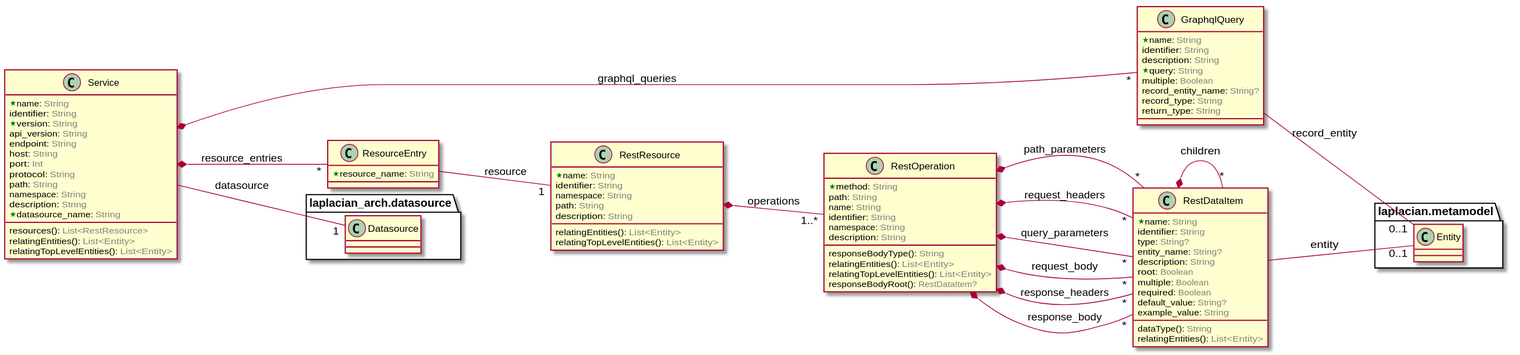
This is doc/image/model-diagram.svg from laplacian-arch/api-service.domain-model, a PlantUML export, as it was before one commit.
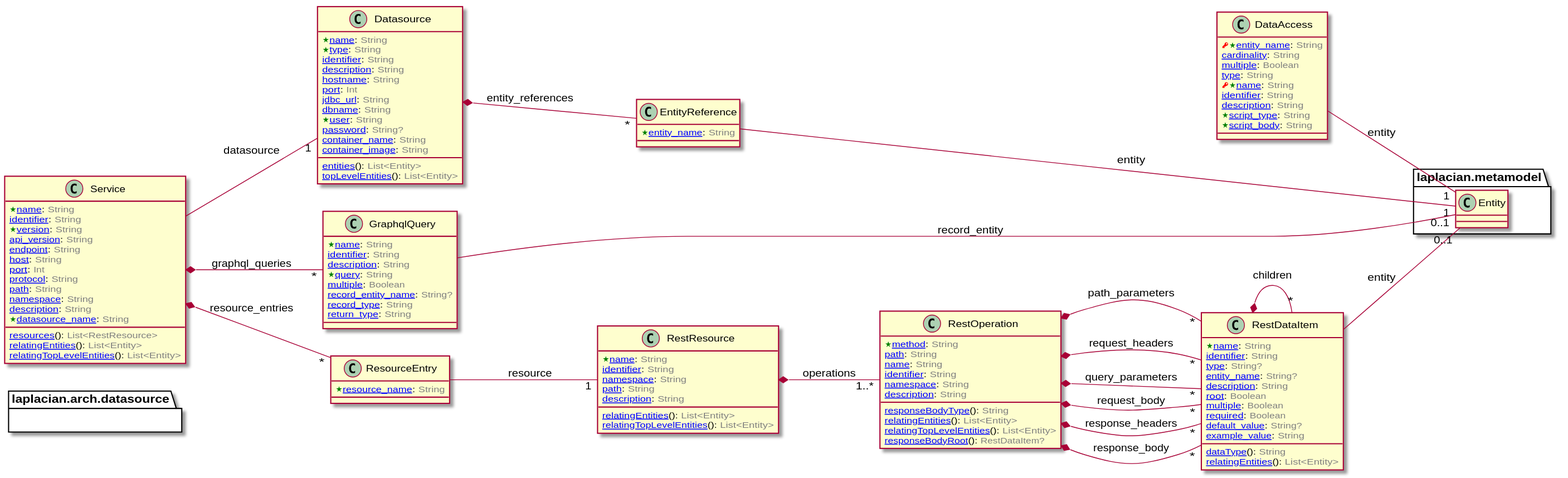
The same diagram one commit later.

Change to the diagram source:
```diff
@@ -1,19 +1,119 @@
 @startuml
 left to right direction
 
-class RestDataItem {
-  <color:Green><&star></color>name: <color:GRAY>String</color>
-  identifier: <color:GRAY>String</color>
-  type: <color:GRAY>String?</color>
-  dataType(): <color:GRAY>String</color>
-  entity_name: <color:GRAY>String?</color>
-  description: <color:GRAY>String</color>
-  root: <color:GRAY>Boolean</color>
-  multiple: <color:GRAY>Boolean</color>
-  required: <color:GRAY>Boolean</color>
-  default_value: <color:GRAY>String?</color>
-  example_value: <color:GRAY>String</color>
-  relatingEntities(): <color:GRAY>List<Entity></color>
+
+class DataAccess [[/blob/master/doc/entities/DataAccess.md]] {
+  <color:RED><&key></color><color:Green><&star></color>[[/blob/master/doc/entities/DataAccess.md#entity_name-string entity_name]]: <color:GRAY>String</color>
+  [[/blob/master/doc/entities/DataAccess.md#cardinality-string cardinality]]: <color:GRAY>String</color>
+  [[/blob/master/doc/entities/DataAccess.md#multiple-boolean multiple]]: <color:GRAY>Boolean</color>
+  [[/blob/master/doc/entities/DataAccess.md#type-string type]]: <color:GRAY>String</color>
+  <color:RED><&key></color><color:Green><&star></color>[[/blob/master/doc/entities/DataAccess.md#name-string name]]: <color:GRAY>String</color>
+  [[/blob/master/doc/entities/DataAccess.md#identifier-string identifier]]: <color:GRAY>String</color>
+  [[/blob/master/doc/entities/DataAccess.md#description-string description]]: <color:GRAY>String</color>
+  <color:Green><&star></color>[[/blob/master/doc/entities/DataAccess.md#script_type-string script_type]]: <color:GRAY>String</color>
+  <color:Green><&star></color>[[/blob/master/doc/entities/DataAccess.md#script_body-string script_body]]: <color:GRAY>String</color>
+}
+
+
+
+
+
+package laplacian.metamodel {
+  class Entity {
+  }
+}
+
+
+DataAccess -- "1" Entity : entity
+
+
+
+
+class Datasource [[/blob/master/doc/entities/Datasource.md]] {
+  <color:Green><&star></color>[[/blob/master/doc/entities/Datasource.md#name-string name]]: <color:GRAY>String</color>
+  <color:Green><&star></color>[[/blob/master/doc/entities/Datasource.md#type-string type]]: <color:GRAY>String</color>
+  [[/blob/master/doc/entities/Datasource.md#identifier-string identifier]]: <color:GRAY>String</color>
+  [[/blob/master/doc/entities/Datasource.md#description-string description]]: <color:GRAY>String</color>
+  [[/blob/master/doc/entities/Datasource.md#hostname-string hostname]]: <color:GRAY>String</color>
+  [[/blob/master/doc/entities/Datasource.md#port-int port]]: <color:GRAY>Int</color>
+  [[/blob/master/doc/entities/Datasource.md#jdbc_url-string jdbc_url]]: <color:GRAY>String</color>
+  [[/blob/master/doc/entities/Datasource.md#dbname-string dbname]]: <color:GRAY>String</color>
+  <color:Green><&star></color>[[/blob/master/doc/entities/Datasource.md#user-string user]]: <color:GRAY>String</color>
+  [[/blob/master/doc/entities/Datasource.md#password-string password]]: <color:GRAY>String?</color>
+  [[/blob/master/doc/entities/Datasource.md#container_name-string container_name]]: <color:GRAY>String</color>
+  [[/blob/master/doc/entities/Datasource.md#container_image-string container_image]]: <color:GRAY>String</color>
+  [[/blob/master/doc/entities/Datasource.md#entities-listEntity entities]](): <color:GRAY>List<Entity></color>
+  [[/blob/master/doc/entities/Datasource.md#top_level_entities-listEntity topLevelEntities]](): <color:GRAY>List<Entity></color>
+}
+
+
+
+
+
+
+Datasource *-- "*" EntityReference : entity_references
+
+
+
+
+class EntityReference [[/blob/master/doc/entities/EntityReference.md]] {
+  <color:Green><&star></color>[[/blob/master/doc/entities/EntityReference.md#entity_name-string entity_name]]: <color:GRAY>String</color>
+}
+
+
+
+
+
+package laplacian.metamodel {
+  class Entity {
+  }
+}
+
+
+EntityReference -- "1" Entity : entity
+
+
+
+
+class GraphqlQuery [[/blob/master/doc/entities/GraphqlQuery.md]] {
+  <color:Green><&star></color>[[/blob/master/doc/entities/GraphqlQuery.md#name-string name]]: <color:GRAY>String</color>
+  [[/blob/master/doc/entities/GraphqlQuery.md#identifier-string identifier]]: <color:GRAY>String</color>
+  [[/blob/master/doc/entities/GraphqlQuery.md#description-string description]]: <color:GRAY>String</color>
+  <color:Green><&star></color>[[/blob/master/doc/entities/GraphqlQuery.md#query-string query]]: <color:GRAY>String</color>
+  [[/blob/master/doc/entities/GraphqlQuery.md#multiple-boolean multiple]]: <color:GRAY>Boolean</color>
+  [[/blob/master/doc/entities/GraphqlQuery.md#record_entity_name-string record_entity_name]]: <color:GRAY>String?</color>
+  [[/blob/master/doc/entities/GraphqlQuery.md#record_type-string record_type]]: <color:GRAY>String</color>
+  [[/blob/master/doc/entities/GraphqlQuery.md#return_type-string return_type]]: <color:GRAY>String</color>
+}
+
+
+
+
+
+package laplacian.metamodel {
+  class Entity {
+  }
+}
+
+
+GraphqlQuery -- "0..1" Entity : record_entity
+
+
+
+
+class RestDataItem [[/blob/master/doc/entities/RestDataItem.md]] {
+  <color:Green><&star></color>[[/blob/master/doc/entities/RestDataItem.md#name-string name]]: <color:GRAY>String</color>
+  [[/blob/master/doc/entities/RestDataItem.md#identifier-string identifier]]: <color:GRAY>String</color>
+  [[/blob/master/doc/entities/RestDataItem.md#type-string type]]: <color:GRAY>String?</color>
+  [[/blob/master/doc/entities/RestDataItem.md#data_type-string dataType]](): <color:GRAY>String</color>
+  [[/blob/master/doc/entities/RestDataItem.md#entity_name-string entity_name]]: <color:GRAY>String?</color>
+  [[/blob/master/doc/entities/RestDataItem.md#description-string description]]: <color:GRAY>String</color>
+  [[/blob/master/doc/entities/RestDataItem.md#root-boolean root]]: <color:GRAY>Boolean</color>
+  [[/blob/master/doc/entities/RestDataItem.md#multiple-boolean multiple]]: <color:GRAY>Boolean</color>
+  [[/blob/master/doc/entities/RestDataItem.md#required-boolean required]]: <color:GRAY>Boolean</color>
+  [[/blob/master/doc/entities/RestDataItem.md#default_value-string default_value]]: <color:GRAY>String?</color>
+  [[/blob/master/doc/entities/RestDataItem.md#example_value-string example_value]]: <color:GRAY>String</color>
+  [[/blob/master/doc/entities/RestDataItem.md#relating_entities-listEntity relatingEntities]](): <color:GRAY>List<Entity></color>
 }
 
 
@@ -37,42 +137,18 @@
 
 
 
-class GraphqlQuery {
-  <color:Green><&star></color>name: <color:GRAY>String</color>
-  identifier: <color:GRAY>String</color>
-  description: <color:GRAY>String</color>
-  <color:Green><&star></color>query: <color:GRAY>String</color>
-  multiple: <color:GRAY>Boolean</color>
-  record_entity_name: <color:GRAY>String?</color>
-  record_type: <color:GRAY>String</color>
-  return_type: <color:GRAY>String</color>
-}
 
-
-
-
-
-package laplacian.metamodel {
-  class Entity {
-  }
-}
-
-
-GraphqlQuery -- "0..1" Entity : record_entity
-
-
-
-class RestOperation {
-  <color:Green><&star></color>method: <color:GRAY>String</color>
-  path: <color:GRAY>String</color>
-  name: <color:GRAY>String</color>
-  identifier: <color:GRAY>String</color>
-  namespace: <color:GRAY>String</color>
-  description: <color:GRAY>String</color>
-  responseBodyType(): <color:GRAY>String</color>
-  relatingEntities(): <color:GRAY>List<Entity></color>
-  relatingTopLevelEntities(): <color:GRAY>List<Entity></color>
-  responseBodyRoot(): <color:GRAY>RestDataItem?</color>
+class RestOperation [[/blob/master/doc/entities/RestOperation.md]] {
+  <color:Green><&star></color>[[/blob/master/doc/entities/RestOperation.md#method-string method]]: <color:GRAY>String</color>
+  [[/blob/master/doc/entities/RestOperation.md#path-string path]]: <color:GRAY>String</color>
+  [[/blob/master/doc/entities/RestOperation.md#name-string name]]: <color:GRAY>String</color>
+  [[/blob/master/doc/entities/RestOperation.md#identifier-string identifier]]: <color:GRAY>String</color>
+  [[/blob/master/doc/entities/RestOperation.md#namespace-string namespace]]: <color:GRAY>String</color>
+  [[/blob/master/doc/entities/RestOperation.md#description-string description]]: <color:GRAY>String</color>
+  [[/blob/master/doc/entities/RestOperation.md#response_body_type-string responseBodyType]](): <color:GRAY>String</color>
+  [[/blob/master/doc/entities/RestOperation.md#relating_entities-listEntity relatingEntities]](): <color:GRAY>List<Entity></color>
+  [[/blob/master/doc/entities/RestOperation.md#relating_top_level_entities-listEntity relatingTopLevelEntities]](): <color:GRAY>List<Entity></color>
+  [[/blob/master/doc/entities/RestOperation.md#response_body_root-restDataItem responseBodyRoot]](): <color:GRAY>RestDataItem?</color>
 }
 
 
@@ -119,22 +195,43 @@
 
 
 
-class Service {
-  <color:Green><&star></color>name: <color:GRAY>String</color>
-  identifier: <color:GRAY>String</color>
-  <color:Green><&star></color>version: <color:GRAY>String</color>
-  api_version: <color:GRAY>String</color>
-  endpoint: <color:GRAY>String</color>
-  host: <color:GRAY>String</color>
-  port: <color:GRAY>Int</color>
-  protocol: <color:GRAY>String</color>
-  path: <color:GRAY>String</color>
-  namespace: <color:GRAY>String</color>
-  description: <color:GRAY>String</color>
-  <color:Green><&star></color>datasource_name: <color:GRAY>String</color>
-  resources(): <color:GRAY>List<RestResource></color>
-  relatingEntities(): <color:GRAY>List<Entity></color>
-  relatingTopLevelEntities(): <color:GRAY>List<Entity></color>
+
+class RestResource [[/blob/master/doc/entities/RestResource.md]] {
+  <color:Green><&star></color>[[/blob/master/doc/entities/RestResource.md#name-string name]]: <color:GRAY>String</color>
+  [[/blob/master/doc/entities/RestResource.md#identifier-string identifier]]: <color:GRAY>String</color>
+  [[/blob/master/doc/entities/RestResource.md#namespace-string namespace]]: <color:GRAY>String</color>
+  [[/blob/master/doc/entities/RestResource.md#path-string path]]: <color:GRAY>String</color>
+  [[/blob/master/doc/entities/RestResource.md#description-string description]]: <color:GRAY>String</color>
+  [[/blob/master/doc/entities/RestResource.md#relating_entities-listEntity relatingEntities]](): <color:GRAY>List<Entity></color>
+  [[/blob/master/doc/entities/RestResource.md#relating_top_level_entities-listEntity relatingTopLevelEntities]](): <color:GRAY>List<Entity></color>
+}
+
+
+
+
+
+
+RestResource *-- "1..*" RestOperation : operations
+
+
+
+
+class Service [[/blob/master/doc/entities/Service.md]] {
+  <color:Green><&star></color>[[/blob/master/doc/entities/Service.md#name-string name]]: <color:GRAY>String</color>
+  [[/blob/master/doc/entities/Service.md#identifier-string identifier]]: <color:GRAY>String</color>
+  <color:Green><&star></color>[[/blob/master/doc/entities/Service.md#version-string version]]: <color:GRAY>String</color>
+  [[/blob/master/doc/entities/Service.md#api_version-string api_version]]: <color:GRAY>String</color>
+  [[/blob/master/doc/entities/Service.md#endpoint-string endpoint]]: <color:GRAY>String</color>
+  [[/blob/master/doc/entities/Service.md#host-string host]]: <color:GRAY>String</color>
+  [[/blob/master/doc/entities/Service.md#port-int port]]: <color:GRAY>Int</color>
+  [[/blob/master/doc/entities/Service.md#protocol-string protocol]]: <color:GRAY>String</color>
+  [[/blob/master/doc/entities/Service.md#path-string path]]: <color:GRAY>String</color>
+  [[/blob/master/doc/entities/Service.md#namespace-string namespace]]: <color:GRAY>String</color>
+  [[/blob/master/doc/entities/Service.md#description-string description]]: <color:GRAY>String</color>
+  <color:Green><&star></color>[[/blob/master/doc/entities/Service.md#datasource_name-string datasource_name]]: <color:GRAY>String</color>
+  [[/blob/master/doc/entities/Service.md#resources-listRestResource resources]](): <color:GRAY>List<RestResource></color>
+  [[/blob/master/doc/entities/Service.md#relating_entities-listEntity relatingEntities]](): <color:GRAY>List<Entity></color>
+  [[/blob/master/doc/entities/Service.md#relating_top_level_entities-listEntity relatingTopLevelEntities]](): <color:GRAY>List<Entity></color>
 }
 
 
@@ -148,7 +245,7 @@
 
 
 
-package laplacian_arch.datasource {
+package laplacian.arch.datasource {
   class Datasource {
   }
 }
@@ -165,8 +262,9 @@
 
 
 
-class ResourceEntry {
-  <color:Green><&star></color>resource_name: <color:GRAY>String</color>
+
+class ResourceEntry [[/blob/master/doc/entities/ResourceEntry.md]] {
+  <color:Green><&star></color>[[/blob/master/doc/entities/ResourceEntry.md#resource_name-string resource_name]]: <color:GRAY>String</color>
 }
 
 
@@ -178,23 +276,4 @@
 
 
 
-class RestResource {
-  <color:Green><&star></color>name: <color:GRAY>String</color>
-  identifier: <color:GRAY>String</color>
-  namespace: <color:GRAY>String</color>
-  path: <color:GRAY>String</color>
-  description: <color:GRAY>String</color>
-  relatingEntities(): <color:GRAY>List<Entity></color>
-  relatingTopLevelEntities(): <color:GRAY>List<Entity></color>
-}
-
-
-
-
-
-
-RestResource *-- "1..*" RestOperation : operations
-
-
-
 @enduml
```
